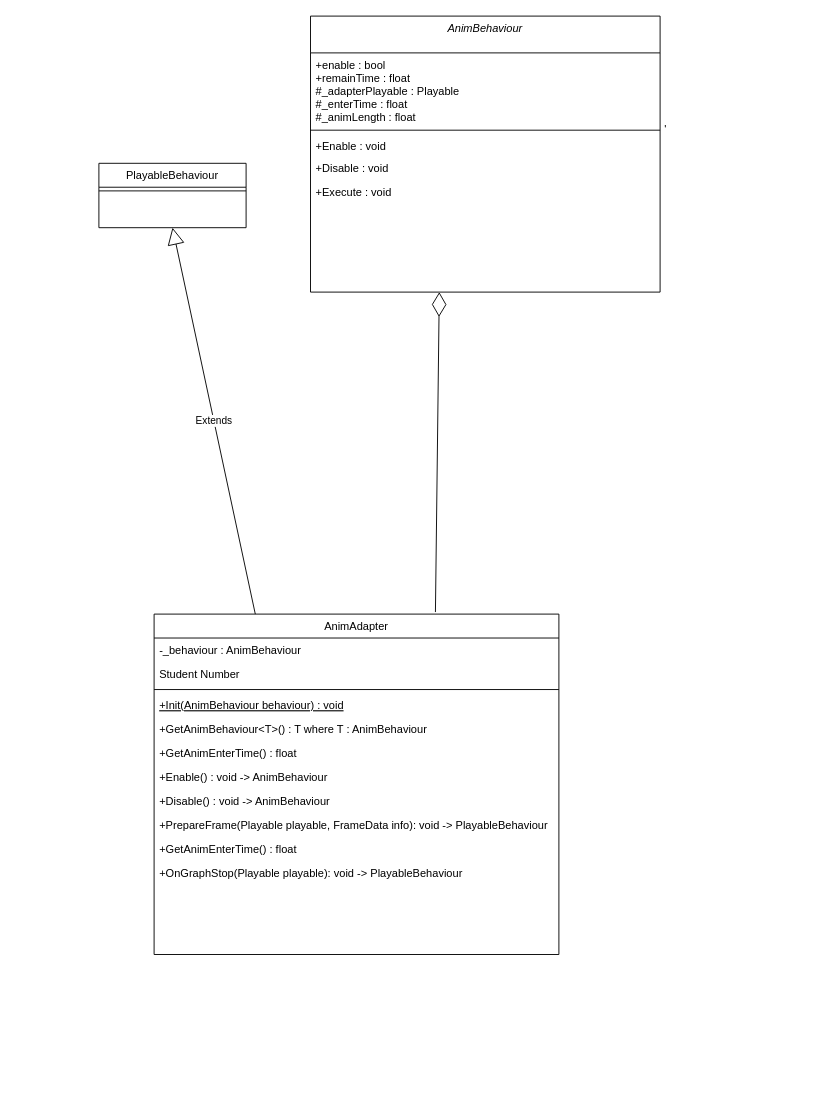
Above: animation.drawio in QAQSly/QAQSly (draw.io), before the change. Source tidied: cells renumbered, new cells numbered last; positions are measured from the earlier drawing's top-left corner, leaving out a move shared by most shapes. Both pictures are drawn from the tidied source at 92%, with x=0, y=0 at pixel (98, 16).
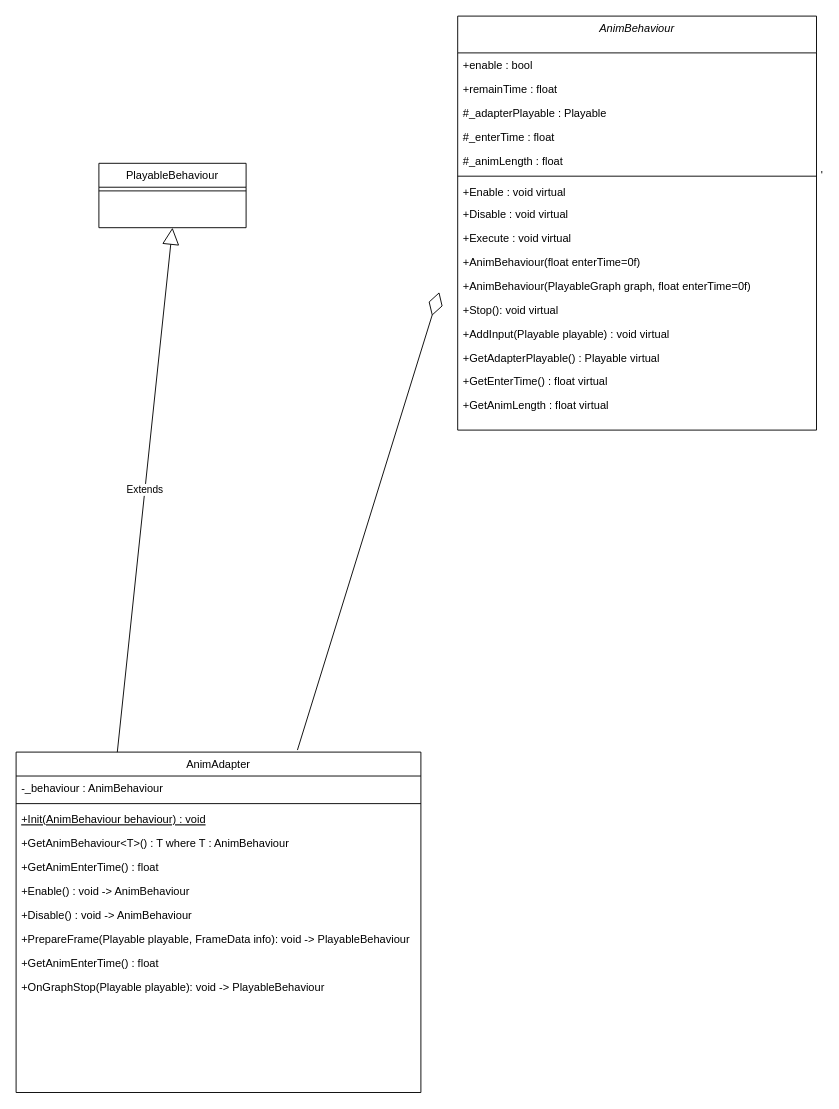
The same page after the edit.

What changed in the source:
```diff
@@
     <mxCell id="2" value="AnimBehaviour" style="swimlane;fontStyle=2;align=center;verticalAlign=top;horizontal=1;startSize=40;rounded=0;shadow=0;strokeWidth=1;" parent="1" vertex="1">
-      <mxGeometry x="230" width="380" height="300" as="geometry" />
+      <mxGeometry x="390" width="390" height="450" as="geometry" />
     </mxCell>
-    <mxCell id="3" value="+enable : bool&#10;+remainTime : float&#10;#_adapterPlayable : Playable&#10;#_enterTime : float&#10;#_animLength : float" style="text;align=left;verticalAlign=top;spacingLeft=4;spacingRight=4;overflow=hidden;" parent="2" vertex="1">
-      <mxGeometry y="40" width="380" height="80" as="geometry" />
+    <mxCell id="3" value="+enable : bool" style="text;align=left;verticalAlign=top;spacingLeft=4;spacingRight=4;overflow=hidden;" parent="2" vertex="1">
+      <mxGeometry y="40" width="390" height="26" as="geometry" />
     </mxCell>
+    <mxCell id="24" value="+remainTime : float" style="text;align=left;verticalAlign=top;spacingLeft=4;spacingRight=4;overflow=hidden;" parent="2" vertex="1">
+      <mxGeometry y="66" width="390" height="26" as="geometry" />
+    </mxCell>
+    <mxCell id="25" value="#_adapterPlayable : Playable" style="text;align=left;verticalAlign=top;spacingLeft=4;spacingRight=4;overflow=hidden;" parent="2" vertex="1">
+      <mxGeometry y="92" width="390" height="26" as="geometry" />
+    </mxCell>
+    <mxCell id="26" value="#_enterTime : float" style="text;align=left;verticalAlign=top;spacingLeft=4;spacingRight=4;overflow=hidden;" parent="2" vertex="1">
+      <mxGeometry y="118" width="390" height="26" as="geometry" />
+    </mxCell>
+    <mxCell id="27" value="#_animLength : float" style="text;align=left;verticalAlign=top;spacingLeft=4;spacingRight=4;overflow=hidden;" parent="2" vertex="1">
+      <mxGeometry y="144" width="390" height="26" as="geometry" />
+    </mxCell>
     <mxCell id="4" value="'" style="line;html=1;strokeWidth=1;align=left;verticalAlign=middle;spacingTop=-1;spacingLeft=3;spacingRight=3;labelPosition=right;" parent="2" vertex="1">
-      <mxGeometry y="120" width="380" height="8" as="geometry" />
+      <mxGeometry y="170" width="390" height="8" as="geometry" />
     </mxCell>
-    <mxCell id="5" value="+Enable : void&#10;" style="text;align=left;verticalAlign=top;spacingLeft=4;spacingRight=4;overflow=hidden;" parent="2" vertex="1">
-      <mxGeometry y="128" width="380" height="24" as="geometry" />
+    <mxCell id="5" value="+Enable : void virtual&#10;" style="text;align=left;verticalAlign=top;spacingLeft=4;spacingRight=4;overflow=hidden;" parent="2" vertex="1">
+      <mxGeometry y="178" width="390" height="24" as="geometry" />
     </mxCell>
-    <mxCell id="6" value="+Disable : void" style="text;align=left;verticalAlign=top;spacingLeft=4;spacingRight=4;overflow=hidden;" parent="2" vertex="1">
-      <mxGeometry y="152" width="380" height="26" as="geometry" />
+    <mxCell id="6" value="+Disable : void virtual" style="text;align=left;verticalAlign=top;spacingLeft=4;spacingRight=4;overflow=hidden;" parent="2" vertex="1">
+      <mxGeometry y="202" width="390" height="26" as="geometry" />
     </mxCell>
-    <mxCell id="7" value="+Execute : void" style="text;align=left;verticalAlign=top;spacingLeft=4;spacingRight=4;overflow=hidden;" parent="2" vertex="1">
-      <mxGeometry y="178" width="380" height="26" as="geometry" />
+    <mxCell id="7" value="+Execute : void virtual" style="text;align=left;verticalAlign=top;spacingLeft=4;spacingRight=4;overflow=hidden;" parent="2" vertex="1">
+      <mxGeometry y="228" width="390" height="26" as="geometry" />
     </mxCell>
+    <mxCell id="28" value="+AnimBehaviour(float enterTime=0f)" style="text;align=left;verticalAlign=top;spacingLeft=4;spacingRight=4;overflow=hidden;" parent="2" vertex="1">
+      <mxGeometry y="254" width="390" height="26" as="geometry" />
+    </mxCell>
+    <mxCell id="29" value="+AnimBehaviour(PlayableGraph graph, float enterTime=0f)" style="text;align=left;verticalAlign=top;spacingLeft=4;spacingRight=4;overflow=hidden;" parent="2" vertex="1">
+      <mxGeometry y="280" width="390" height="26" as="geometry" />
+    </mxCell>
+    <mxCell id="30" value="+Stop(): void virtual" style="text;align=left;verticalAlign=top;spacingLeft=4;spacingRight=4;overflow=hidden;" parent="2" vertex="1">
+      <mxGeometry y="306" width="390" height="26" as="geometry" />
+    </mxCell>
+    <mxCell id="31" value="+AddInput(Playable playable) : void virtual" style="text;align=left;verticalAlign=top;spacingLeft=4;spacingRight=4;overflow=hidden;" parent="2" vertex="1">
+      <mxGeometry y="332" width="390" height="26" as="geometry" />
+    </mxCell>
+    <mxCell id="32" value="+GetAdapterPlayable() : Playable virtual" style="text;align=left;verticalAlign=top;spacingLeft=4;spacingRight=4;overflow=hidden;" parent="2" vertex="1">
+      <mxGeometry y="358" width="390" height="26" as="geometry" />
+    </mxCell>
+    <mxCell id="33" value="+GetEnterTime() : float virtual" style="text;align=left;verticalAlign=top;spacingLeft=4;spacingRight=4;overflow=hidden;" parent="2" vertex="1">
+      <mxGeometry y="384" width="390" height="26" as="geometry" />
+    </mxCell>
+    <mxCell id="34" value="+GetAnimLength : float virtual" style="text;align=left;verticalAlign=top;spacingLeft=4;spacingRight=4;overflow=hidden;" parent="2" vertex="1">
+      <mxGeometry y="410" width="390" height="26" as="geometry" />
+    </mxCell>
     <mxCell id="8" value="AnimAdapter" style="swimlane;fontStyle=0;align=center;verticalAlign=top;horizontal=1;startSize=26;rounded=0;shadow=0;strokeWidth=1;" parent="1" vertex="1">
-      <mxGeometry x="60" y="650" width="440" height="370" as="geometry" />
+      <mxGeometry x="-90" y="800" width="440" height="370" as="geometry" />
     </mxCell>
@@
-    <mxCell id="10" value="Student Number" style="text;align=left;verticalAlign=top;spacingLeft=4;spacingRight=4;overflow=hidden;" parent="8" vertex="1">
-      <mxGeometry y="52" width="440" height="26" as="geometry" />
-    </mxCell>
     <mxCell id="11" style="line;html=1;strokeWidth=1;align=left;verticalAlign=middle;spacingTop=-1;spacingLeft=3;spacingRight=3;labelPosition=right;" parent="8" vertex="1">
-      <mxGeometry y="78" width="440" height="8" as="geometry" />
+      <mxGeometry y="52" width="440" height="8" as="geometry" />
     </mxCell>
     <mxCell id="12" value="+Init(AnimBehaviour behaviour) : void" style="text;align=left;verticalAlign=top;spacingLeft=4;spacingRight=4;overflow=hidden;fontStyle=4;" parent="8" vertex="1">
-      <mxGeometry y="86" width="440" height="26" as="geometry" />
+      <mxGeometry y="60" width="440" height="26" as="geometry" />
     </mxCell>
     <mxCell id="13" value="+GetAnimBehaviour&lt;T&gt;() : T where T : AnimBehaviour" style="text;align=left;verticalAlign=top;spacingLeft=4;spacingRight=4;overflow=hidden;" parent="8" vertex="1">
-      <mxGeometry y="112" width="440" height="26" as="geometry" />
+      <mxGeometry y="86" width="440" height="26" as="geometry" />
     </mxCell>
     <mxCell id="14" value="+GetAnimEnterTime() : float" style="text;align=left;verticalAlign=top;spacingLeft=4;spacingRight=4;overflow=hidden;" parent="8" vertex="1">
-      <mxGeometry y="138" width="440" height="26" as="geometry" />
+      <mxGeometry y="112" width="440" height="26" as="geometry" />
     </mxCell>
     <mxCell id="15" value="+Enable() : void -&gt; AnimBehaviour" style="text;align=left;verticalAlign=top;spacingLeft=4;spacingRight=4;overflow=hidden;" parent="8" vertex="1">
-      <mxGeometry y="164" width="440" height="26" as="geometry" />
+      <mxGeometry y="138" width="440" height="26" as="geometry" />
     </mxCell>
     <mxCell id="16" value="+Disable() : void -&gt; AnimBehaviour" style="text;align=left;verticalAlign=top;spacingLeft=4;spacingRight=4;overflow=hidden;" parent="8" vertex="1">
-      <mxGeometry y="190" width="440" height="26" as="geometry" />
+      <mxGeometry y="164" width="440" height="26" as="geometry" />
     </mxCell>
     <mxCell id="17" value="+PrepareFrame(Playable playable, FrameData info): void -&gt; PlayableBehaviour" style="text;align=left;verticalAlign=top;spacingLeft=4;spacingRight=4;overflow=hidden;" parent="8" vertex="1">
-      <mxGeometry y="216" width="440" height="26" as="geometry" />
+      <mxGeometry y="190" width="440" height="26" as="geometry" />
     </mxCell>
     <mxCell id="18" value="+GetAnimEnterTime() : float" style="text;align=left;verticalAlign=top;spacingLeft=4;spacingRight=4;overflow=hidden;" parent="8" vertex="1">
-      <mxGeometry y="242" width="440" height="26" as="geometry" />
+      <mxGeometry y="216" width="440" height="26" as="geometry" />
     </mxCell>
     <mxCell id="19" value="+OnGraphStop(Playable playable): void -&gt; PlayableBehaviour" style="text;align=left;verticalAlign=top;spacingLeft=4;spacingRight=4;overflow=hidden;" parent="8" vertex="1">
-      <mxGeometry y="268" width="440" height="26" as="geometry" />
+      <mxGeometry y="242" width="440" height="26" as="geometry" />
     </mxCell>
```
